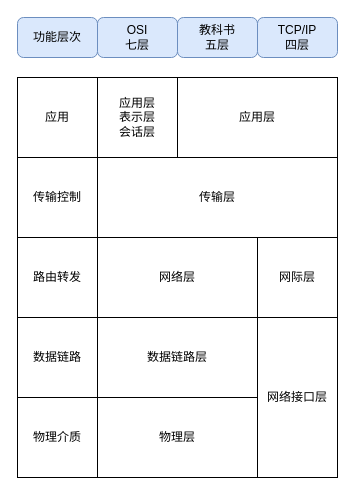
This is 计算机网络-体系结构图.drawio from jayouths/drawio_Repository, a draw.io file, before an edit. Source tidied: cells renumbered, new cells numbered last; positions are measured from the earlier drawing's top-left corner, leaving out a move shared by most shapes. Both pictures are drawn from the tidied source at 100%, with x=0, y=0 at pixel (17, 17).
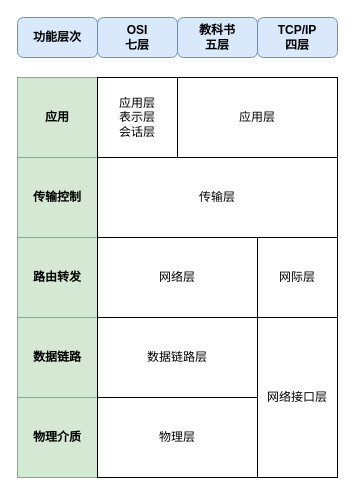
The same page after the edit.

Commit message:
更新计算机网络-体系结构图.drawio

What changed in the source:
```diff
@@
+    <mxCell id="24" style="group;" parent="1" vertex="1">
+      <mxGeometry width="320" height="460" as="geometry" />
+    </mxCell>
-    <mxCell id="2" style="rounded=0;whiteSpace=wrap;html=1;" parent="1" vertex="1">
+    <mxCell id="2" style="rounded=0;whiteSpace=wrap;html=1;" parent="24" vertex="1">
       <mxGeometry y="60" width="320" height="400" as="geometry" />
     </mxCell>
-    <mxCell id="3" style="rounded=0;whiteSpace=wrap;html=1;" parent="1" vertex="1">
+    <mxCell id="3" style="rounded=0;whiteSpace=wrap;html=1;" parent="24" vertex="1">
       <mxGeometry y="60" width="80" height="400" as="geometry" />
     </mxCell>
-    <mxCell id="4" style="group;" parent="1" vertex="1">
+    <mxCell id="4" style="group;" parent="24" vertex="1">
       <mxGeometry y="60" width="80" height="400" as="geometry" />
     </mxCell>
-    <mxCell id="5" value="应用" style="rounded=0;whiteSpace=wrap;html=1;" parent="4" vertex="1">
+    <mxCell id="5" value="&lt;span&gt;&lt;b&gt;应用&lt;/b&gt;&lt;/span&gt;" style="rounded=0;whiteSpace=wrap;html=1;fillColor=#d5e8d4;strokeColor=#82b366;" parent="4" vertex="1">
       <mxGeometry width="80" height="80" as="geometry" />
     </mxCell>
-    <mxCell id="6" value="传输控制" style="rounded=0;whiteSpace=wrap;html=1;" parent="4" vertex="1">
+    <mxCell id="6" value="传输控制" style="rounded=0;whiteSpace=wrap;html=1;fontStyle=1;fillColor=#d5e8d4;strokeColor=#82b366;" parent="4" vertex="1">
       <mxGeometry y="80" width="80" height="80" as="geometry" />
     </mxCell>
-    <mxCell id="7" value="路由转发" style="rounded=0;whiteSpace=wrap;html=1;" parent="4" vertex="1">
+    <mxCell id="7" value="路由转发" style="rounded=0;whiteSpace=wrap;html=1;fontStyle=1;fillColor=#d5e8d4;strokeColor=#82b366;" parent="4" vertex="1">
       <mxGeometry y="160" width="80" height="80" as="geometry" />
     </mxCell>
-    <mxCell id="8" value="数据链路" style="rounded=0;whiteSpace=wrap;html=1;" parent="4" vertex="1">
+    <mxCell id="8" value="数据链路" style="rounded=0;whiteSpace=wrap;html=1;fontStyle=1;fillColor=#d5e8d4;strokeColor=#82b366;" parent="4" vertex="1">
       <mxGeometry y="240" width="80" height="80" as="geometry" />
     </mxCell>
-    <mxCell id="9" value="物理介质" style="rounded=0;whiteSpace=wrap;html=1;" parent="4" vertex="1">
+    <mxCell id="9" value="物理介质" style="rounded=0;whiteSpace=wrap;html=1;fontStyle=1;fillColor=#d5e8d4;strokeColor=#82b366;" parent="4" vertex="1">
       <mxGeometry y="320" width="80" height="80" as="geometry" />
     </mxCell>
-    <mxCell id="10" style="group;" parent="1" vertex="1">
+    <mxCell id="10" style="group;" parent="24" vertex="1">
       <mxGeometry x="80" y="60" width="80" height="400" as="geometry" />
     </mxCell>
@@
-    <mxCell id="12" style="group;" parent="1" vertex="1">
+    <mxCell id="12" style="group;" parent="24" vertex="1">
       <mxGeometry x="240" y="60" width="80" height="400" as="geometry" />
     </mxCell>
@@
-    <mxCell id="16" value="OSI&lt;br&gt;七层" style="rounded=1;whiteSpace=wrap;html=1;fillColor=#dae8fc;strokeColor=#6c8ebf;" parent="1" vertex="1">
+    <mxCell id="16" value="OSI&lt;br&gt;七层" style="rounded=1;whiteSpace=wrap;html=1;fillColor=#dae8fc;strokeColor=#6c8ebf;fontStyle=1;" parent="24" vertex="1">
       <mxGeometry x="80" width="80" height="40" as="geometry" />
     </mxCell>
-    <mxCell id="17" value="教科书&lt;div&gt;五层&lt;/div&gt;" style="rounded=1;whiteSpace=wrap;html=1;fillColor=#dae8fc;strokeColor=#6c8ebf;" parent="1" vertex="1">
+    <mxCell id="17" value="教科书&lt;div&gt;五层&lt;/div&gt;" style="rounded=1;whiteSpace=wrap;html=1;fillColor=#dae8fc;strokeColor=#6c8ebf;fontStyle=1;" parent="24" vertex="1">
       <mxGeometry x="160" width="80" height="40" as="geometry" />
     </mxCell>
-    <mxCell id="18" value="TCP/IP&lt;br&gt;四层" style="rounded=1;whiteSpace=wrap;html=1;fillColor=#dae8fc;strokeColor=#6c8ebf;" parent="1" vertex="1">
+    <mxCell id="18" value="TCP/IP&lt;br&gt;四层" style="rounded=1;whiteSpace=wrap;html=1;fillColor=#dae8fc;strokeColor=#6c8ebf;fontStyle=1;" parent="24" vertex="1">
       <mxGeometry x="240" width="80" height="40" as="geometry" />
     </mxCell>
-    <mxCell id="19" value="功能层次" style="rounded=1;whiteSpace=wrap;html=1;fillColor=#dae8fc;strokeColor=#6c8ebf;" parent="1" vertex="1">
+    <mxCell id="19" value="功能层次" style="rounded=1;whiteSpace=wrap;html=1;fillColor=#dae8fc;strokeColor=#6c8ebf;fontStyle=1;" parent="24" vertex="1">
       <mxGeometry width="80" height="40" as="geometry" />
     </mxCell>
-    <mxCell id="20" value="传输层" style="rounded=0;whiteSpace=wrap;html=1;" parent="1" vertex="1">
+    <mxCell id="20" value="传输层" style="rounded=0;whiteSpace=wrap;html=1;" parent="24" vertex="1">
       <mxGeometry x="80" y="140" width="240" height="80" as="geometry" />
     </mxCell>
-    <mxCell id="21" value="网络层" style="rounded=0;whiteSpace=wrap;html=1;" parent="1" vertex="1">
+    <mxCell id="21" value="网络层" style="rounded=0;whiteSpace=wrap;html=1;" parent="24" vertex="1">
       <mxGeometry x="80" y="220" width="160" height="80" as="geometry" />
     </mxCell>
-    <mxCell id="22" value="数据链路层" style="rounded=0;whiteSpace=wrap;html=1;" parent="1" vertex="1">
+    <mxCell id="22" value="数据链路层" style="rounded=0;whiteSpace=wrap;html=1;" parent="24" vertex="1">
       <mxGeometry x="80" y="300" width="160" height="80" as="geometry" />
     </mxCell>
-    <mxCell id="23" value="物理层" style="rounded=0;whiteSpace=wrap;html=1;" parent="1" vertex="1">
+    <mxCell id="23" value="物理层" style="rounded=0;whiteSpace=wrap;html=1;" parent="24" vertex="1">
       <mxGeometry x="80" y="380" width="160" height="80" as="geometry" />
     </mxCell>
```
